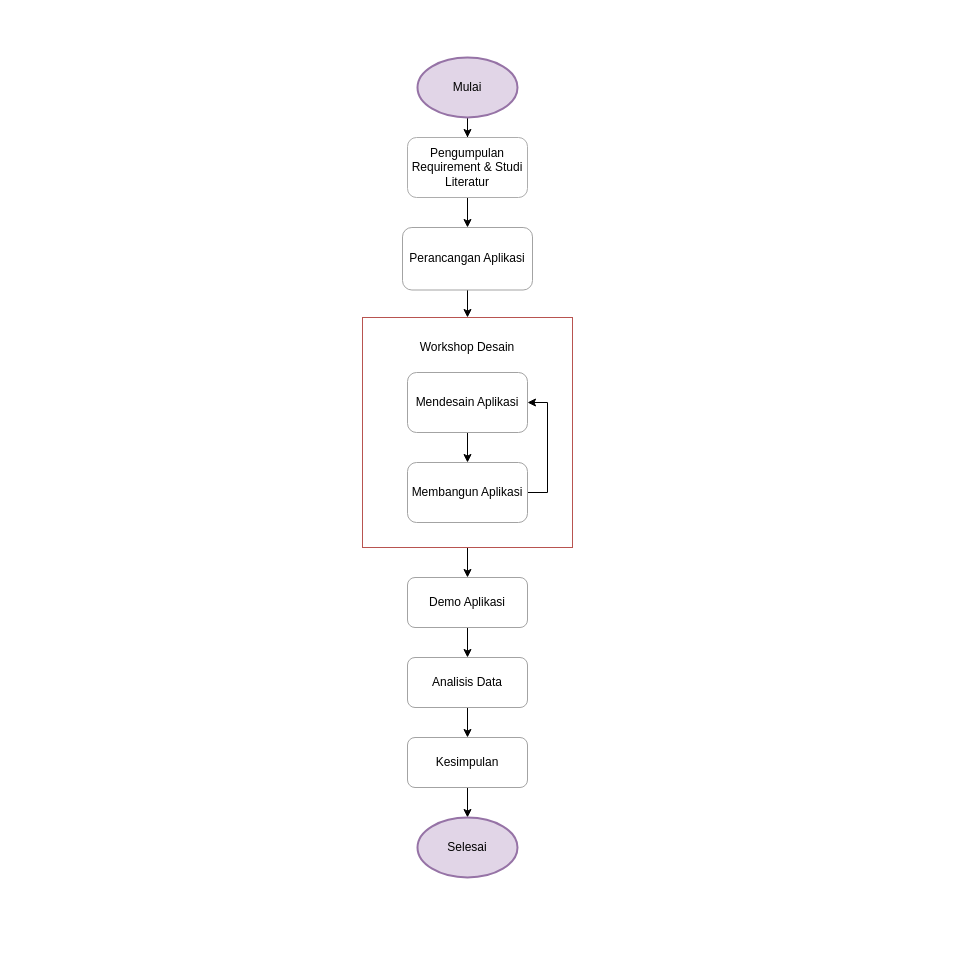
Before: Flowchart penelitian.drawio in matakridha/Teori_WEB, a draw.io diagram. Source tidied: cells renumbered, new cells numbered last; positions are measured from the earlier drawing's top-left corner, leaving out a move shared by most shapes. Both pictures are drawn from the tidied source at 100%, with x=0, y=0 at pixel (362, 57).
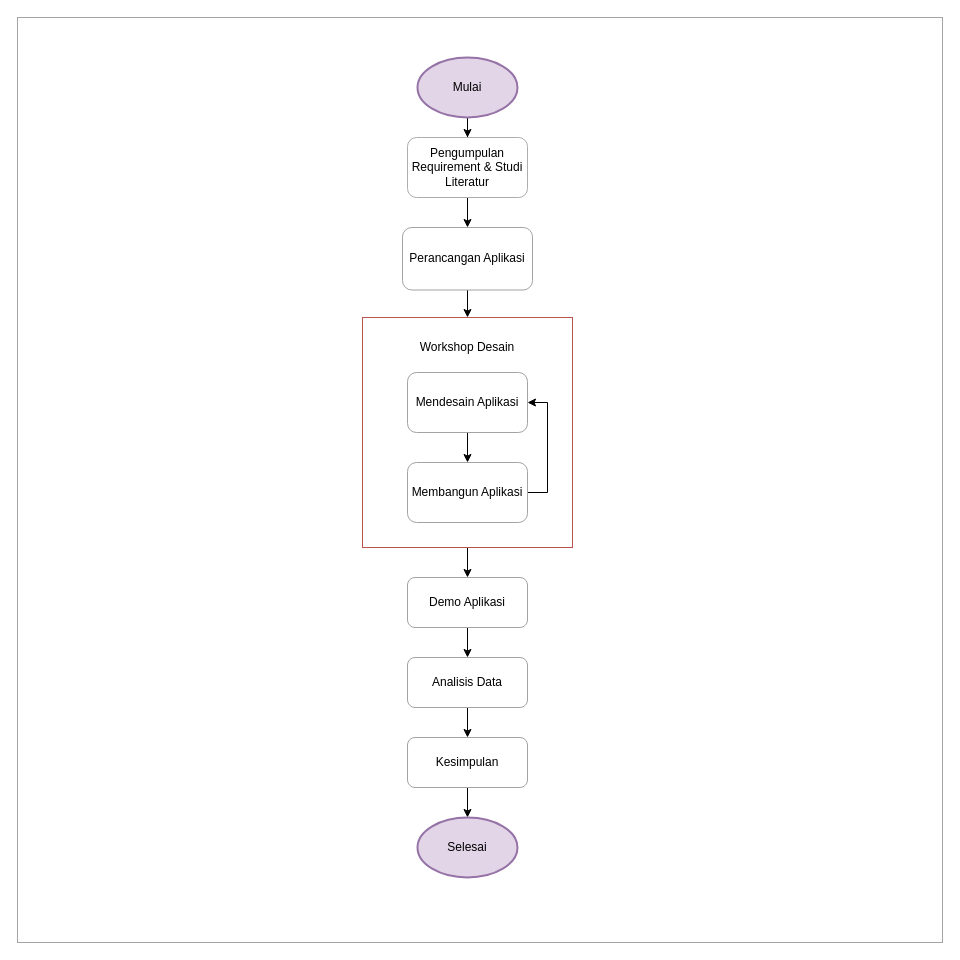
The same page after the edit.

Diff of the diagram source:
```diff
@@
+    <mxCell id="22" style="whiteSpace=wrap;html=1;strokeColor=#A3A3A3;fillColor=default;" parent="1" vertex="1">
+      <mxGeometry x="-345" y="-40" width="925" height="925" as="geometry" />
+    </mxCell>
```
